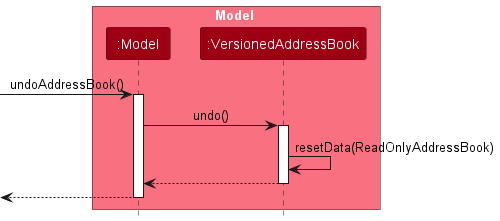
This is docs/images/UndoSequenceDiagram-Model.png from nus-cs2103-AY2425S1/tp, a PlantUML export, as it was before one commit.
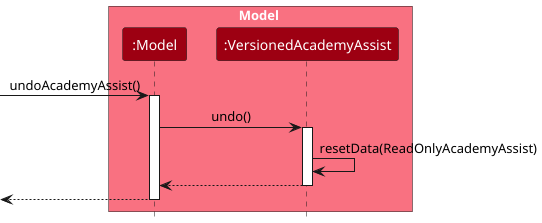
The same file after the commit.

Diff of the diagram source:
```diff
@@ -4,18 +4,18 @@
 
 box Model MODEL_COLOR_T1
 participant ":Model" as Model MODEL_COLOR
-participant ":VersionedAddressBook" as VersionedAddressBook MODEL_COLOR
+participant ":VersionedAcademyAssist" as VersionedAcademyAssist MODEL_COLOR
 end box
 
-[-> Model : undoAddressBook()
+[-> Model : undoAcademyAssist()
 activate Model
 
-Model -> VersionedAddressBook : undo()
-activate VersionedAddressBook
+Model -> VersionedAcademyAssist : undo()
+activate VersionedAcademyAssist
 
-VersionedAddressBook -> VersionedAddressBook :resetData(ReadOnlyAddressBook)
-VersionedAddressBook --> Model :
-deactivate VersionedAddressBook
+VersionedAcademyAssist -> VersionedAcademyAssist :resetData(ReadOnlyAcademyAssist)
+VersionedAcademyAssist --> Model :
+deactivate VersionedAcademyAssist
 
 [<-- Model
 deactivate Model
```
